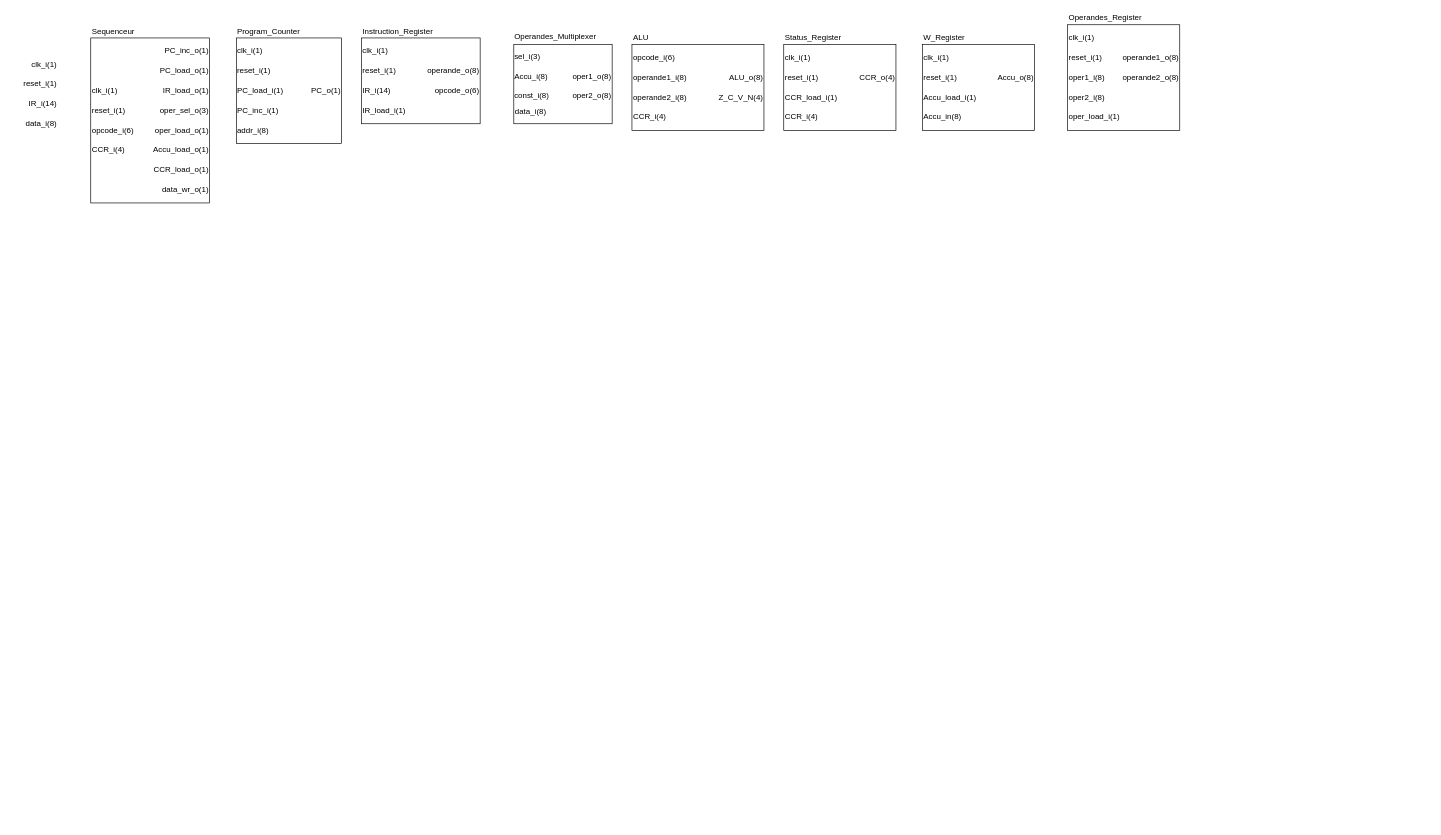
Before: _documents/schemas/nanoProcesseur.drawio in catabozan/sysnum-applique, a draw.io diagram. Source tidied: cells renumbered, new cells numbered last; positions are measured from the earlier drawing's top-left corner, leaving out a move shared by most shapes. Both pictures are drawn from the tidied source at 66%, with x=0, y=0 at pixel (11, 11).
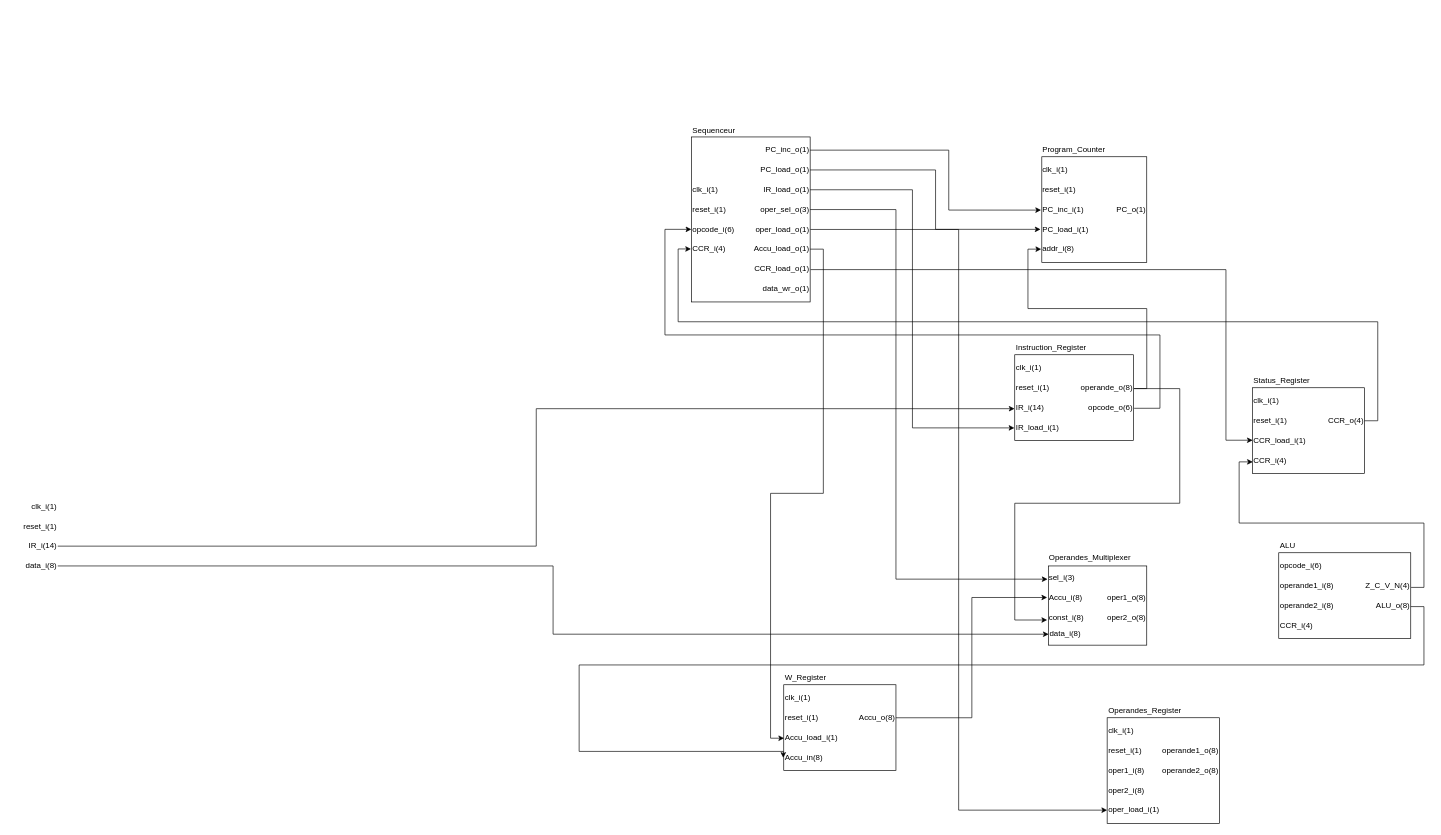
Above is the later version.

Commit message:
docs: work on nanoProcessor schema

The change refers to these unchanged cells:
```xml
<mxCell id="6" value="IR_i(14)" style="text;html=1;align=left;verticalAlign=middle;points=[];strokeColor=none;fillColor=none;" parent="2" vertex="1">
  <mxGeometry y="90" width="50" height="20" as="geometry" />
</mxCell>
<mxCell id="8" value="IR_load_i(1)" style="text;html=1;align=left;verticalAlign=middle;points=[];strokeColor=none;fillColor=none;" parent="2" vertex="1">
  <mxGeometry y="120" width="70" height="20" as="geometry" />
</mxCell>
<mxCell id="9" value="operande_o(8)" style="text;html=1;align=right;verticalAlign=middle;points=[];strokeColor=none;fillColor=none;" parent="2" vertex="1">
  <mxGeometry x="90" y="60" width="90" height="20" as="geometry" />
</mxCell>
<mxCell id="10" value="opcode_o(6)" style="text;html=1;align=right;verticalAlign=middle;points=[];strokeColor=none;fillColor=none;" parent="2" vertex="1">
  <mxGeometry x="90" y="90" width="90" height="20" as="geometry" />
</mxCell>
<mxCell id="37" value="opcode_i(6)" style="text;html=1;align=left;verticalAlign=middle;points=[];strokeColor=none;fillColor=none;" parent="33" vertex="1">
  <mxGeometry y="150" width="70" height="20" as="geometry" />
</mxCell>
<mxCell id="38" value="CCR_i(4)" style="text;html=1;align=left;verticalAlign=middle;points=[];strokeColor=none;fillColor=none;" parent="33" vertex="1">
  <mxGeometry y="180" width="60" height="20" as="geometry" />
</mxCell>
<mxCell id="39" value="PC_inc_o(1)" style="text;html=1;align=right;verticalAlign=middle;points=[];strokeColor=none;fillColor=none;" parent="33" vertex="1">
  <mxGeometry x="110" y="30" width="70" height="20" as="geometry" />
</mxCell>
<mxCell id="40" value="PC_load_o(1)" style="text;html=1;align=right;verticalAlign=middle;points=[];strokeColor=none;fillColor=none;" parent="33" vertex="1">
  <mxGeometry x="100" y="60" width="80" height="20" as="geometry" />
</mxCell>
<mxCell id="41" value="IR_load_o(1)" style="text;html=1;align=right;verticalAlign=middle;points=[];strokeColor=none;fillColor=none;" parent="33" vertex="1">
  <mxGeometry x="100" y="90" width="80" height="20" as="geometry" />
</mxCell>
<mxCell id="42" value="oper_sel_o(3)" style="text;html=1;align=right;verticalAlign=middle;points=[];strokeColor=none;fillColor=none;" parent="33" vertex="1">
  <mxGeometry x="100" y="120" width="80" height="20" as="geometry" />
</mxCell>
<mxCell id="43" value="oper_load_o(1)" style="text;html=1;align=right;verticalAlign=middle;points=[];strokeColor=none;fillColor=none;" parent="33" vertex="1">
  <mxGeometry x="90" y="150" width="90" height="20" as="geometry" />
</mxCell>
<mxCell id="44" value="Accu_load_o(1)" style="text;html=1;align=right;verticalAlign=middle;points=[];strokeColor=none;fillColor=none;" parent="33" vertex="1">
  <mxGeometry x="90" y="180" width="90" height="20" as="geometry" />
</mxCell>
<mxCell id="45" value="CCR_load_o(1)" style="text;html=1;align=right;verticalAlign=middle;points=[];strokeColor=none;fillColor=none;" parent="33" vertex="1">
  <mxGeometry x="90" y="210" width="90" height="20" as="geometry" />
</mxCell>
<mxCell id="52" value="CCR_load_i(1)" style="text;html=1;align=left;verticalAlign=middle;points=[];strokeColor=none;fillColor=none;" parent="48" vertex="1">
  <mxGeometry y="90" width="90" height="20" as="geometry" />
</mxCell>
<mxCell id="53" value="CCR_i(4)" style="text;html=1;align=left;verticalAlign=middle;points=[];strokeColor=none;fillColor=none;" parent="48" vertex="1">
  <mxGeometry y="120" width="60" height="20" as="geometry" />
</mxCell>
<mxCell id="54" value="CCR_o(4)" style="text;html=1;align=right;verticalAlign=middle;points=[];strokeColor=none;fillColor=none;" parent="48" vertex="1">
  <mxGeometry x="110" y="60" width="60" height="20" as="geometry" />
</mxCell>
<mxCell id="58" value="sel_i(3)" style="text;html=1;align=left;verticalAlign=middle;points=[];strokeColor=none;fillColor=none;" parent="56" vertex="1">
  <mxGeometry y="30" width="50" height="16.7" as="geometry" />
</mxCell>
<mxCell id="59" value="Accu_i(8)" style="text;html=1;align=left;verticalAlign=middle;points=[];strokeColor=none;fillColor=none;" parent="56" vertex="1">
  <mxGeometry y="60" width="60" height="16.7" as="geometry" />
</mxCell>
<mxCell id="60" value="const_i(8)" style="text;html=1;align=left;verticalAlign=middle;points=[];strokeColor=none;fillColor=none;" parent="56" vertex="1">
  <mxGeometry y="90" width="80" height="16.7" as="geometry" />
</mxCell>
<mxCell id="61" value="data_i(8)" style="text;html=1;align=left;verticalAlign=middle;points=[];strokeColor=none;fillColor=none;" parent="56" vertex="1">
  <mxGeometry x="1" y="113.3" width="80" height="16.7" as="geometry" />
</mxCell>
<mxCell id="69" value="Accu_load_i(1)" style="text;html=1;align=left;verticalAlign=middle;points=[];strokeColor=none;fillColor=none;" parent="65" vertex="1">
  <mxGeometry y="90" width="90" height="20" as="geometry" />
</mxCell>
<mxCell id="70" value="Accu_in(8)" style="text;html=1;align=left;verticalAlign=middle;points=[];strokeColor=none;fillColor=none;" parent="65" vertex="1">
  <mxGeometry y="120" width="60" height="20" as="geometry" />
</mxCell>
<mxCell id="71" value="Accu_o(8)" style="text;html=1;align=right;verticalAlign=middle;points=[];strokeColor=none;fillColor=none;" parent="65" vertex="1">
  <mxGeometry x="110" y="60" width="60" height="20" as="geometry" />
</mxCell>
<mxCell id="81" value="oper_load_i(1)" style="text;html=1;align=left;verticalAlign=middle;points=[];strokeColor=none;fillColor=none;" parent="73" vertex="1">
  <mxGeometry y="150" width="90" height="20" as="geometry" />
</mxCell>
```

What changed in the source:
```diff
@@
     <mxCell id="2" style="group;" parent="1" vertex="1">
-      <mxGeometry x="530" y="20" width="180" height="150" as="geometry" />
+      <mxGeometry x="1520" y="500" width="180" height="150" as="geometry" />
     </mxCell>
@@
     <mxCell id="11" value="clk_i(1)" style="text;html=1;align=right;verticalAlign=middle;strokeColor=none;fillColor=none;" parent="1" vertex="1">
-      <mxGeometry y="70" width="70" height="20" as="geometry" />
+      <mxGeometry y="740" width="70" height="20" as="geometry" />
     </mxCell>
     <mxCell id="12" value="reset_i(1)" style="text;html=1;align=right;verticalAlign=middle;strokeColor=none;fillColor=none;" parent="1" vertex="1">
-      <mxGeometry x="10" y="100" width="60" height="20" as="geometry" />
+      <mxGeometry x="10" y="770" width="60" height="20" as="geometry" />
     </mxCell>
     <mxCell id="13" value="IR_i(14)" style="text;html=1;align=right;verticalAlign=middle;points=[];strokeColor=none;fillColor=none;" parent="1" vertex="1">
-      <mxGeometry x="20" y="130" width="50" height="20" as="geometry" />
+      <mxGeometry x="20" y="800" width="50" height="20" as="geometry" />
     </mxCell>
     <mxCell id="14" value="data_i(8)" style="text;html=1;align=right;verticalAlign=middle;points=[];strokeColor=none;fillColor=none;" parent="1" vertex="1">
-      <mxGeometry x="10" y="160" width="60" height="20" as="geometry" />
+      <mxGeometry x="10" y="830" width="60" height="20" as="geometry" />
     </mxCell>
-    <mxCell id="15" style="group;" parent="1" vertex="1">
-      <mxGeometry x="340" y="20" width="160" height="180" as="geometry" />
-    </mxCell>
-    <mxCell id="16" style="whiteSpace=wrap;html=1;" parent="15" vertex="1">
-      <mxGeometry x="1" y="20" width="159" height="160" as="geometry" />
-    </mxCell>
-    <mxCell id="17" value="clk_i(1)" style="text;html=1;align=left;verticalAlign=middle;strokeColor=none;fillColor=none;" parent="15" vertex="1">
-      <mxGeometry y="30" width="50" height="20" as="geometry" />
-    </mxCell>
-    <mxCell id="18" value="reset_i(1)" style="text;html=1;align=left;verticalAlign=middle;strokeColor=none;fillColor=none;" parent="15" vertex="1">
-      <mxGeometry y="60" width="60" height="20" as="geometry" />
-    </mxCell>
-    <mxCell id="19" value="PC_load_i(1)" style="text;html=1;align=left;verticalAlign=middle;points=[];strokeColor=none;fillColor=none;" parent="15" vertex="1">
-      <mxGeometry y="90" width="80" height="20" as="geometry" />
-    </mxCell>
-    <mxCell id="20" value="PC_inc_i(1)" style="text;html=1;align=left;verticalAlign=middle;points=[];strokeColor=none;fillColor=none;" parent="15" vertex="1">
-      <mxGeometry y="120" width="80" height="20" as="geometry" />
-    </mxCell>
-    <mxCell id="21" value="addr_i(8)" style="text;html=1;align=left;verticalAlign=middle;points=[];strokeColor=none;fillColor=none;" parent="15" vertex="1">
-      <mxGeometry y="150" width="60" height="20" as="geometry" />
-    </mxCell>
-    <mxCell id="22" value="PC_o(1)" style="text;html=1;align=right;verticalAlign=middle;strokeColor=none;fillColor=none;" parent="15" vertex="1">
-      <mxGeometry x="100" y="90" width="60" height="20" as="geometry" />
-    </mxCell>
-    <mxCell id="23" value="Program_Counter" style="text;html=1;align=left;verticalAlign=middle;strokeColor=none;fillColor=none;" parent="15" vertex="1">
-      <mxGeometry width="110" height="20" as="geometry" />
-    </mxCell>
-    <mxCell id="24" style="group;" parent="1" vertex="1">
-      <mxGeometry x="940" y="30" width="200" height="150" as="geometry" />
-    </mxCell>
-    <mxCell id="25" style="whiteSpace=wrap;html=1;" parent="24" vertex="1">
-      <mxGeometry y="20" width="200" height="130" as="geometry" />
-    </mxCell>
-    <mxCell id="26" value="opcode_i(6)" style="text;html=1;align=left;verticalAlign=middle;strokeColor=none;fillColor=none;" parent="24" vertex="1">
-      <mxGeometry y="30" width="70" height="20" as="geometry" />
-    </mxCell>
-    <mxCell id="27" value="operande2_i(8)" style="text;html=1;align=left;verticalAlign=middle;strokeColor=none;fillColor=none;" parent="24" vertex="1">
-      <mxGeometry y="90" width="90" height="20" as="geometry" />
-    </mxCell>
-    <mxCell id="28" value="operande1_i(8)" style="text;html=1;align=left;verticalAlign=middle;strokeColor=none;fillColor=none;" parent="24" vertex="1">
-      <mxGeometry y="60" width="90" height="20" as="geometry" />
-    </mxCell>
-    <mxCell id="29" value="CCR_i(4)" style="text;html=1;align=left;verticalAlign=middle;strokeColor=none;fillColor=none;" parent="24" vertex="1">
-      <mxGeometry y="120" width="60" height="20" as="geometry" />
-    </mxCell>
-    <mxCell id="30" value="ALU_o(8)" style="text;html=1;align=right;verticalAlign=middle;points=[];strokeColor=none;fillColor=none;" parent="24" vertex="1">
-      <mxGeometry x="110" y="60" width="90" height="20" as="geometry" />
-    </mxCell>
-    <mxCell id="31" value="Z_C_V_N(4)" style="text;html=1;align=right;verticalAlign=middle;points=[];strokeColor=none;fillColor=none;" parent="24" vertex="1">
-      <mxGeometry x="110" y="90" width="90" height="20" as="geometry" />
-    </mxCell>
-    <mxCell id="32" value="ALU" style="text;html=1;align=left;verticalAlign=middle;strokeColor=none;fillColor=none;" parent="24" vertex="1">
-      <mxGeometry width="40" height="20" as="geometry" />
-    </mxCell>
     <mxCell id="33" style="group;" parent="1" vertex="1">
-      <mxGeometry x="120" y="20" width="180" height="270" as="geometry" />
+      <mxGeometry x="1030" y="170" width="180" height="270" as="geometry" />
     </mxCell>
@@
     <mxCell id="48" style="group;" parent="1" vertex="1">
-      <mxGeometry x="1170" y="30" width="170" height="150" as="geometry" />
+      <mxGeometry x="1880" y="550" width="170" height="150" as="geometry" />
     </mxCell>
@@
     <mxCell id="56" style="group;" parent="1" vertex="1">
-      <mxGeometry x="760" y="30" width="150" height="140" as="geometry" />
+      <mxGeometry x="1570" y="820" width="150" height="140" as="geometry" />
     </mxCell>
@@
     <mxCell id="65" style="group;" parent="1" vertex="1">
-      <mxGeometry x="1380" y="30" width="170" height="150" as="geometry" />
+      <mxGeometry x="1170" y="1000" width="170" height="150" as="geometry" />
     </mxCell>
@@
     <mxCell id="73" style="group;" parent="1" vertex="1">
-      <mxGeometry x="1600" width="170" height="180" as="geometry" />
+      <mxGeometry x="1660" y="1050" width="170" height="180" as="geometry" />
     </mxCell>
@@
+    <mxCell id="83" style="edgeStyle=orthogonalEdgeStyle;rounded=0;jettySize=auto;html=1;entryX=-0.012;entryY=0.5;entryDx=0;entryDy=0;entryPerimeter=0;" parent="1" edge="1" source="40" target="19">
+      <mxGeometry relative="1" as="geometry">
+        <Array as="points">
+          <mxPoint x="1400" y="240" />
+          <mxPoint x="1400" y="330" />
+        </Array>
+      </mxGeometry>
+    </mxCell>
+    <mxCell id="84" style="group;" parent="1" vertex="1">
+      <mxGeometry x="1560" y="200" width="160" height="180" as="geometry" />
+    </mxCell>
+    <mxCell id="16" style="whiteSpace=wrap;html=1;" parent="84" vertex="1">
+      <mxGeometry x="1" y="20" width="159" height="160" as="geometry" />
+    </mxCell>
+    <mxCell id="17" value="clk_i(1)" style="text;html=1;align=left;verticalAlign=middle;strokeColor=none;fillColor=none;" parent="84" vertex="1">
+      <mxGeometry y="30" width="50" height="20" as="geometry" />
+    </mxCell>
+    <mxCell id="18" value="reset_i(1)" style="text;html=1;align=left;verticalAlign=middle;strokeColor=none;fillColor=none;" parent="84" vertex="1">
+      <mxGeometry y="60" width="60" height="20" as="geometry" />
+    </mxCell>
+    <mxCell id="19" value="PC_load_i(1)" style="text;html=1;align=left;verticalAlign=middle;points=[];strokeColor=none;fillColor=none;" parent="84" vertex="1">
+      <mxGeometry y="120" width="80" height="20" as="geometry" />
+    </mxCell>
+    <mxCell id="20" value="PC_inc_i(1)" style="text;html=1;align=left;verticalAlign=middle;points=[];strokeColor=none;fillColor=none;" parent="84" vertex="1">
+      <mxGeometry y="90" width="80" height="20" as="geometry" />
+    </mxCell>
+    <mxCell id="21" value="addr_i(8)" style="text;html=1;align=left;verticalAlign=middle;points=[];strokeColor=none;fillColor=none;" parent="84" vertex="1">
+      <mxGeometry y="150" width="60" height="20" as="geometry" />
+    </mxCell>
+    <mxCell id="22" value="PC_o(1)" style="text;html=1;align=right;verticalAlign=middle;strokeColor=none;fillColor=none;" parent="84" vertex="1">
+      <mxGeometry x="100" y="90" width="60" height="20" as="geometry" />
+    </mxCell>
+    <mxCell id="23" value="Program_Counter" style="text;html=1;align=left;verticalAlign=middle;strokeColor=none;fillColor=none;" parent="84" vertex="1">
+      <mxGeometry width="110" height="20" as="geometry" />
+    </mxCell>
+    <mxCell id="85" style="edgeStyle=orthogonalEdgeStyle;rounded=0;jettySize=auto;html=1;entryX=-0.002;entryY=0.542;entryDx=0;entryDy=0;entryPerimeter=0;" parent="1" edge="1" source="39" target="20">
+      <mxGeometry relative="1" as="geometry">
+        <Array as="points">
+          <mxPoint x="1420" y="210" />
+          <mxPoint x="1420" y="301" />
+        </Array>
+      </mxGeometry>
+    </mxCell>
+    <mxCell id="86" style="edgeStyle=orthogonalEdgeStyle;rounded=0;jettySize=auto;html=1;entryX=-0.008;entryY=0.542;entryDx=0;entryDy=0;entryPerimeter=0;" parent="1" edge="1" source="41" target="8">
+      <mxGeometry relative="1" as="geometry" />
+    </mxCell>
+    <mxCell id="87" style="edgeStyle=orthogonalEdgeStyle;rounded=0;jettySize=auto;html=1;entryX=-0.006;entryY=0.6;entryDx=0;entryDy=0;entryPerimeter=0;" parent="1" edge="1" source="42" target="58">
+      <mxGeometry relative="1" as="geometry">
+        <Array as="points">
+          <mxPoint x="1340" y="300" />
+          <mxPoint x="1340" y="860" />
+        </Array>
+      </mxGeometry>
+    </mxCell>
+    <mxCell id="88" style="edgeStyle=orthogonalEdgeStyle;rounded=0;jettySize=auto;html=1;entryX=-0.015;entryY=0.466;entryDx=0;entryDy=0;entryPerimeter=0;" parent="1" edge="1" source="71" target="59">
+      <mxGeometry relative="1" as="geometry" />
+    </mxCell>
+    <mxCell id="89" style="edgeStyle=orthogonalEdgeStyle;rounded=0;jettySize=auto;html=1;entryX=-0.011;entryY=0.713;entryDx=0;entryDy=0;entryPerimeter=0;exitX=1.01;exitY=0.565;exitDx=0;exitDy=0;exitPerimeter=0;" parent="1" edge="1" source="9" target="60">
+      <mxGeometry relative="1" as="geometry">
+        <Array as="points">
+          <mxPoint x="1770" y="571" />
+          <mxPoint x="1770" y="745" />
+          <mxPoint x="1520" y="745" />
+          <mxPoint x="1520" y="922" />
+        </Array>
+      </mxGeometry>
+    </mxCell>
+    <mxCell id="90" style="edgeStyle=orthogonalEdgeStyle;rounded=0;jettySize=auto;html=1;entryX=0.005;entryY=0.606;entryDx=0;entryDy=0;entryPerimeter=0;" parent="1" edge="1" source="14" target="61">
+      <mxGeometry relative="1" as="geometry" />
+    </mxCell>
+    <mxCell id="91" style="edgeStyle=orthogonalEdgeStyle;rounded=0;jettySize=auto;html=1;entryX=-0.006;entryY=0.586;entryDx=0;entryDy=0;entryPerimeter=0;" parent="1" edge="1" source="13" target="6">
+      <mxGeometry relative="1" as="geometry" />
+    </mxCell>
+    <mxCell id="92" style="edgeStyle=orthogonalEdgeStyle;rounded=0;jettySize=auto;html=1;entryX=0;entryY=0.5;entryDx=0;entryDy=0;entryPerimeter=0;exitX=1.01;exitY=0.557;exitDx=0;exitDy=0;exitPerimeter=0;" parent="1" edge="1" source="10" target="37">
+      <mxGeometry relative="1" as="geometry">
+        <Array as="points">
+          <mxPoint x="1740" y="601" />
+          <mxPoint x="1740" y="490" />
+          <mxPoint x="990" y="490" />
+          <mxPoint x="990" y="330" />
+        </Array>
+      </mxGeometry>
+    </mxCell>
+    <mxCell id="93" style="edgeStyle=orthogonalEdgeStyle;rounded=0;jettySize=auto;html=1;entryX=-0.009;entryY=0.486;entryDx=0;entryDy=0;entryPerimeter=0;exitX=1;exitY=0.5;exitDx=0;exitDy=0;exitPerimeter=0;" parent="1" edge="1" source="54" target="38">
+      <mxGeometry relative="1" as="geometry">
+        <Array as="points">
+          <mxPoint x="2070" y="620" />
+          <mxPoint x="2070" y="470" />
+          <mxPoint x="1010" y="470" />
+          <mxPoint x="1010" y="360" />
+        </Array>
+      </mxGeometry>
+    </mxCell>
+    <mxCell id="94" style="edgeStyle=orthogonalEdgeStyle;rounded=0;jettySize=auto;html=1;entryX=0.011;entryY=0.617;entryDx=0;entryDy=0;entryPerimeter=0;exitX=1.006;exitY=0.626;exitDx=0;exitDy=0;exitPerimeter=0;" parent="1" edge="1" source="31" target="53">
+      <mxGeometry relative="1" as="geometry" />
+    </mxCell>
+    <mxCell id="95" style="edgeStyle=orthogonalEdgeStyle;rounded=0;jettySize=auto;html=1;entryX=-0.012;entryY=0.537;entryDx=0;entryDy=0;entryPerimeter=0;exitX=0.99;exitY=0.579;exitDx=0;exitDy=0;exitPerimeter=0;" parent="1" edge="1" source="30" target="70">
+      <mxGeometry relative="1" as="geometry">
+        <Array as="points">
+          <mxPoint x="2140" y="902" />
+          <mxPoint x="2140" y="990" />
+          <mxPoint x="860" y="990" />
+          <mxPoint x="860" y="1121" />
+        </Array>
+      </mxGeometry>
+    </mxCell>
+    <mxCell id="96" style="edgeStyle=orthogonalEdgeStyle;rounded=0;jettySize=auto;html=1;entryX=0.006;entryY=0.55;entryDx=0;entryDy=0;entryPerimeter=0;exitX=1;exitY=0.5;exitDx=0;exitDy=0;exitPerimeter=0;" parent="1" edge="1" source="44" target="69">
+      <mxGeometry relative="1" as="geometry" />
+    </mxCell>
+    <mxCell id="97" style="edgeStyle=orthogonalEdgeStyle;rounded=0;jettySize=auto;html=1;entryX=0.006;entryY=0.475;entryDx=0;entryDy=0;entryPerimeter=0;exitX=1.007;exitY=0.549;exitDx=0;exitDy=0;exitPerimeter=0;" parent="1" edge="1" source="45" target="52">
+      <mxGeometry relative="1" as="geometry">
+        <Array as="points">
+          <mxPoint x="1840" y="391" />
+          <mxPoint x="1840" y="650" />
+        </Array>
+      </mxGeometry>
+    </mxCell>
+    <mxCell id="98" style="edgeStyle=orthogonalEdgeStyle;rounded=0;jettySize=auto;html=1;entryX=0.001;entryY=0.5;entryDx=0;entryDy=0;entryPerimeter=0;exitX=1.006;exitY=0.561;exitDx=0;exitDy=0;exitPerimeter=0;" parent="1" edge="1" source="9" target="21">
+      <mxGeometry relative="1" as="geometry">
+        <Array as="points">
+          <mxPoint x="1720" y="571" />
+          <mxPoint x="1720" y="450" />
+          <mxPoint x="1540" y="450" />
+          <mxPoint x="1540" y="360" />
+        </Array>
+      </mxGeometry>
+    </mxCell>
+    <mxCell id="99" style="group;" parent="1" vertex="1">
+      <mxGeometry x="1920" y="800" width="200" height="150" as="geometry" />
+    </mxCell>
+    <mxCell id="25" style="whiteSpace=wrap;html=1;" parent="99" vertex="1">
+      <mxGeometry y="20" width="200" height="130" as="geometry" />
+    </mxCell>
+    <mxCell id="26" value="opcode_i(6)" style="text;html=1;align=left;verticalAlign=middle;strokeColor=none;fillColor=none;" parent="99" vertex="1">
+      <mxGeometry y="30" width="70" height="20" as="geometry" />
+    </mxCell>
+    <mxCell id="27" value="operande2_i(8)" style="text;html=1;align=left;verticalAlign=middle;strokeColor=none;fillColor=none;" parent="99" vertex="1">
+      <mxGeometry y="90" width="90" height="20" as="geometry" />
+    </mxCell>
+    <mxCell id="28" value="operande1_i(8)" style="text;html=1;align=left;verticalAlign=middle;strokeColor=none;fillColor=none;" parent="99" vertex="1">
+      <mxGeometry y="60" width="90" height="20" as="geometry" />
+    </mxCell>
+    <mxCell id="29" value="CCR_i(4)" style="text;html=1;align=left;verticalAlign=middle;strokeColor=none;fillColor=none;" parent="99" vertex="1">
+      <mxGeometry y="120" width="60" height="20" as="geometry" />
+    </mxCell>
+    <mxCell id="30" value="ALU_o(8)" style="text;html=1;align=right;verticalAlign=middle;points=[];strokeColor=none;fillColor=none;" parent="99" vertex="1">
+      <mxGeometry x="110" y="90" width="90" height="20" as="geometry" />
+    </mxCell>
+    <mxCell id="31" value="Z_C_V_N(4)" style="text;html=1;align=right;verticalAlign=middle;points=[];strokeColor=none;fillColor=none;" parent="99" vertex="1">
+      <mxGeometry x="110" y="60" width="90" height="20" as="geometry" />
+    </mxCell>
+    <mxCell id="32" value="ALU" style="text;html=1;align=left;verticalAlign=middle;strokeColor=none;fillColor=none;" parent="99" vertex="1">
+      <mxGeometry width="40" height="20" as="geometry" />
+    </mxCell>
+    <mxCell id="100" style="edgeStyle=orthogonalEdgeStyle;rounded=0;jettySize=auto;html=1;entryX=0;entryY=0.5;entryDx=0;entryDy=0;entryPerimeter=0;exitX=1.004;exitY=0.508;exitDx=0;exitDy=0;exitPerimeter=0;" parent="1" edge="1" source="43" target="81">
+      <mxGeometry relative="1" as="geometry" />
+    </mxCell>
```
